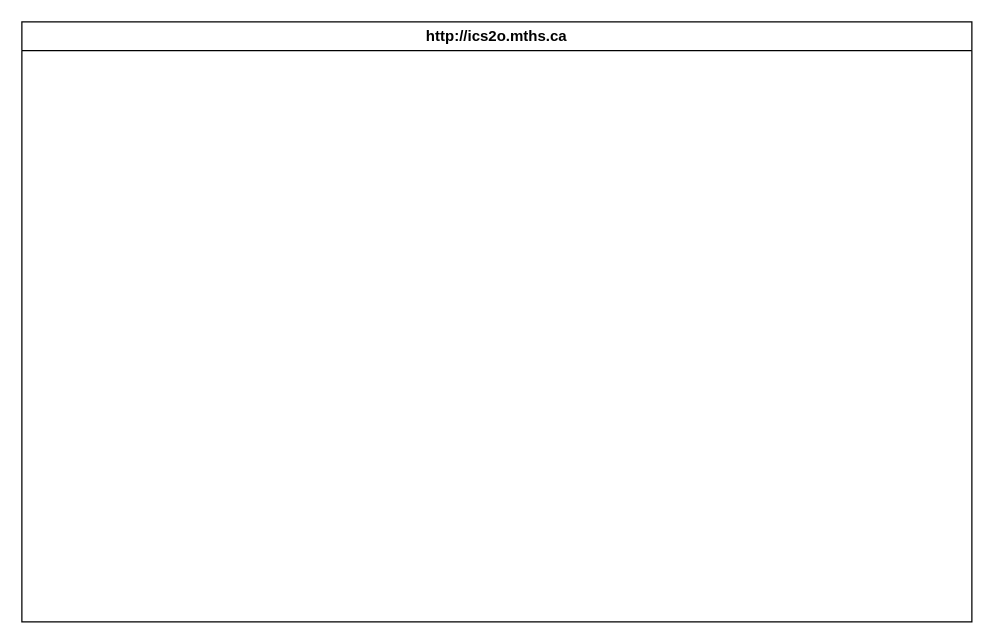
Before: design/storyboard.drawio in MTHS-ICD2O-1-2024/ICD2O-Unit-6-04-peter-zerbinos, a draw.io diagram. Source tidied: cells renumbered, new cells numbered last; positions are measured from the earlier drawing's top-left corner, leaving out a move shared by most shapes. Both pictures are drawn from the tidied source at 125%, with x=0, y=0 at pixel (21, 21). Pictures stored in the file or linked from it are replaced by grey dashed boxes.
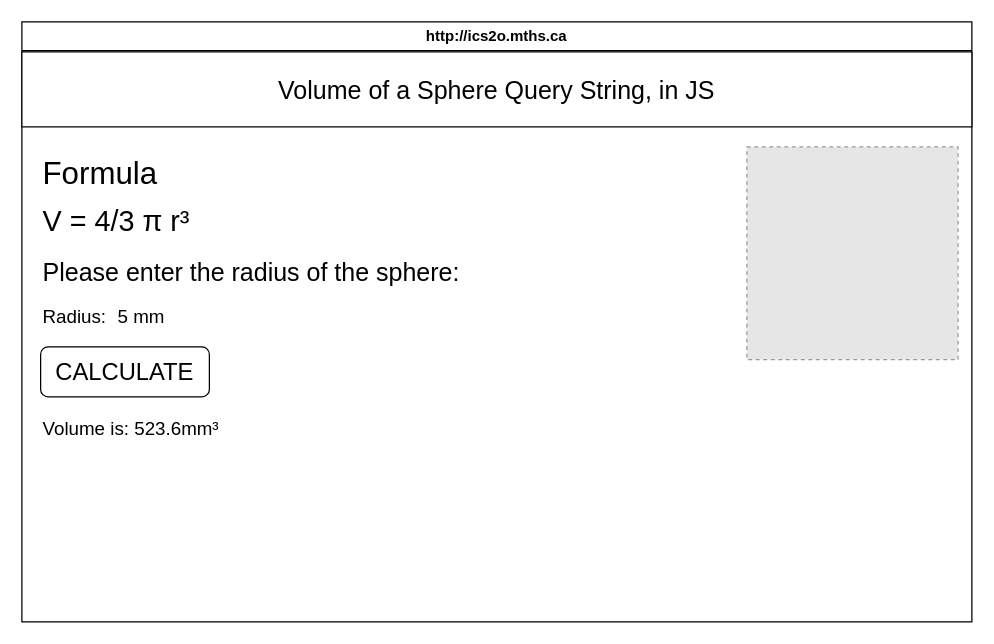
The same diagram, later.

Commit message (it also covers changes not shown here):
html, css, js, flowchart, storyboard, picture

The edit, as a diff of the source:
```diff
@@
 <mxGraphModel>
   <root>
     <mxCell id="0" />
     <mxCell id="1" parent="0" />
     <mxCell id="2" value="http://ics2o.mths.ca" style="swimlane;whiteSpace=wrap;html=1;" parent="1" vertex="1">
       <mxGeometry width="760" height="480" as="geometry" />
     </mxCell>
+    <mxCell id="3" value="Volume of a Sphere Query String, in JS" style="whiteSpace=wrap;html=1;fontSize=20;" parent="2" vertex="1">
+      <mxGeometry y="24" width="760" height="60" as="geometry" />
+    </mxCell>
+    <mxCell id="4" value="5 mm" style="text;html=1;align=left;verticalAlign=middle;fontSize=15;" parent="2" vertex="1">
+      <mxGeometry x="75" y="220" width="60" height="30" as="geometry" />
+    </mxCell>
+    <mxCell id="5" value="Volume is: 523.6mm³" style="text;html=1;align=left;verticalAlign=middle;fontSize=15;" parent="2" vertex="1">
+      <mxGeometry x="15" y="310" width="160" height="30" as="geometry" />
+    </mxCell>
+    <mxCell id="6" value="Formula" style="text;html=1;align=left;verticalAlign=middle;fontSize=25;" parent="2" vertex="1">
+      <mxGeometry x="15" y="100" width="120" height="40" as="geometry" />
+    </mxCell>
+    <mxCell id="7" value="V = 4/3 π r³" style="text;html=1;align=left;verticalAlign=middle;fontSize=23;" parent="2" vertex="1">
+      <mxGeometry x="15" y="140" width="140" height="40" as="geometry" />
+    </mxCell>
+    <mxCell id="8" value="Please enter the radius of the sphere:" style="text;html=1;align=left;verticalAlign=middle;fontSize=20;" parent="2" vertex="1">
+      <mxGeometry x="15" y="180" width="360" height="40" as="geometry" />
+    </mxCell>
+    <mxCell id="9" value="Radius:" style="text;html=1;align=left;verticalAlign=middle;fontSize=15;" parent="2" vertex="1">
+      <mxGeometry x="15" y="220" width="70" height="30" as="geometry" />
+    </mxCell>
+    <mxCell id="10" value="&lt;font style=&quot;font-size: 19px;&quot;&gt;CALCULATE&lt;/font&gt;" style="rounded=1;whiteSpace=wrap;html=1;fontSize=20;" parent="2" vertex="1">
+      <mxGeometry x="15" y="260" width="135" height="40" as="geometry" />
+    </mxCell>
+    <mxCell id="11" style="fillColor=#E6E6E6;strokeColor=#999999;dashed=1;verticalLabelPosition=bottom;labelBackgroundColor=default;verticalAlign=top;" parent="2" vertex="1">
+      <mxGeometry x="580" y="100" width="169" height="170.2" as="geometry" />
+    </mxCell>
   </root>
 </mxGraphModel>
```
